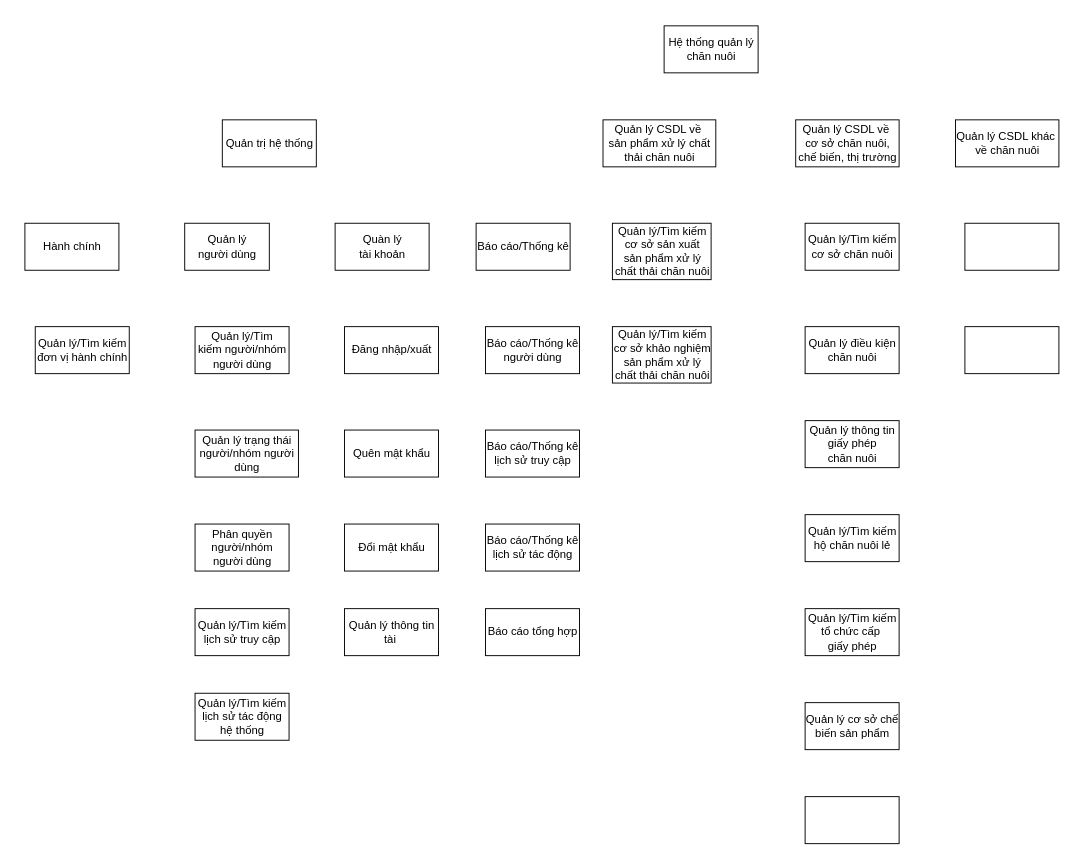
Earlier version of the draw.io diagram Function Hierarchy Diagram.drawio (ngkhnghia/ktpmud). Source tidied: cells renumbered, new cells numbered last; positions are measured from the earlier drawing's top-left corner, leaving out a move shared by most shapes. Both pictures are drawn from the tidied source at 94%, with x=0, y=0 at pixel (24, 25).
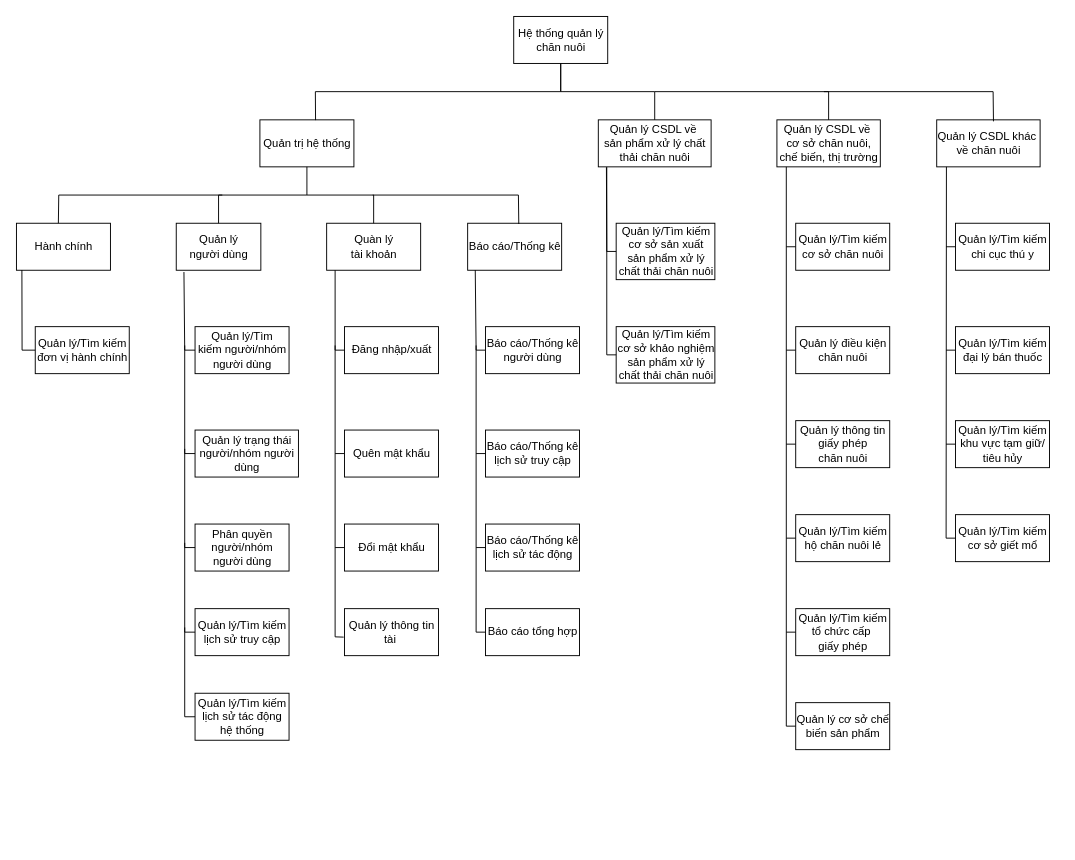
Above is the later version.

The change refers to these unchanged cells:
```xml
<mxCell id="14" value="Quản lý/Tìm kiếm&lt;br&gt;lịch sử truy cập" style="html=1;dashed=0;whitespace=wrap;" parent="1" vertex="1">
  <mxGeometry x="181" y="620" width="100" height="50" as="geometry" />
</mxCell>
<mxCell id="15" value="Phân quyền &lt;br&gt;người/nhóm &lt;br&gt;người dùng" style="html=1;dashed=0;whitespace=wrap;" parent="1" vertex="1">
  <mxGeometry x="181" y="530" width="100" height="50" as="geometry" />
</mxCell>
<mxCell id="20" value="Quản lý/Tìm kiếm&lt;br&gt;đơn vị hành chính" style="html=1;dashed=0;whitespace=wrap;" parent="1" vertex="1">
  <mxGeometry x="11" y="320" width="100" height="50" as="geometry" />
</mxCell>
<mxCell id="21" value="Quản lý/Tìm&lt;br&gt;kiếm người/nhóm &lt;br&gt;người dùng" style="html=1;dashed=0;whitespace=wrap;" parent="1" vertex="1">
  <mxGeometry x="181" y="320" width="100" height="50" as="geometry" />
</mxCell>
<mxCell id="22" value="Quản lý trạng thái&lt;br&gt;người/nhóm người&lt;br&gt;dùng" style="html=1;dashed=0;whitespace=wrap;" parent="1" vertex="1">
  <mxGeometry x="181" y="430" width="110" height="50" as="geometry" />
</mxCell>
<mxCell id="23" value="Quản lý/Tìm kiếm&lt;br&gt;lịch sử tác động&lt;br&gt;hệ thống" style="html=1;dashed=0;whitespace=wrap;" parent="1" vertex="1">
  <mxGeometry x="181" y="710" width="100" height="50" as="geometry" />
</mxCell>
<mxCell id="24" value="Đăng nhập/xuất" style="html=1;dashed=0;whitespace=wrap;" parent="1" vertex="1">
  <mxGeometry x="340" y="320" width="100" height="50" as="geometry" />
</mxCell>
<mxCell id="25" value="Quên mật khẩu" style="html=1;dashed=0;whitespace=wrap;" parent="1" vertex="1">
  <mxGeometry x="340" y="430" width="100" height="50" as="geometry" />
</mxCell>
<mxCell id="26" value="Đổi mật khẩu" style="html=1;dashed=0;whitespace=wrap;" parent="1" vertex="1">
  <mxGeometry x="340" y="530" width="100" height="50" as="geometry" />
</mxCell>
<mxCell id="27" value="Quản lý thông tin&lt;br&gt;tài&amp;nbsp;" style="html=1;dashed=0;whitespace=wrap;" parent="1" vertex="1">
  <mxGeometry x="340" y="620" width="100" height="50" as="geometry" />
</mxCell>
<mxCell id="28" value="Báo cáo/Thống kê&lt;br&gt;người dùng" style="html=1;dashed=0;whitespace=wrap;" parent="1" vertex="1">
  <mxGeometry x="490" y="320" width="100" height="50" as="geometry" />
</mxCell>
<mxCell id="29" value="Báo cáo/Thống kê&lt;br&gt;lịch sử truy cập" style="html=1;dashed=0;whitespace=wrap;" parent="1" vertex="1">
  <mxGeometry x="490" y="430" width="100" height="50" as="geometry" />
</mxCell>
<mxCell id="30" value="Báo cáo/Thống kê&lt;br&gt;lịch sử tác động" style="html=1;dashed=0;whitespace=wrap;" parent="1" vertex="1">
  <mxGeometry x="490" y="530" width="100" height="50" as="geometry" />
</mxCell>
<mxCell id="31" value="Báo cáo tổng hợp" style="html=1;dashed=0;whitespace=wrap;" parent="1" vertex="1">
  <mxGeometry x="490" y="620" width="100" height="50" as="geometry" />
</mxCell>
```

Change to the diagram source:
```diff
@@
     <mxCell id="2" value="Hệ thống quản lý &lt;br&gt;chăn nuôi" style="html=1;dashed=0;whitespace=wrap;" parent="1" vertex="1">
-      <mxGeometry x="680" width="100" height="50" as="geometry" />
+      <mxGeometry x="520" y="-10" width="100" height="50" as="geometry" />
     </mxCell>
     <mxCell id="3" value="Quản lý CSDL khác&amp;nbsp;&lt;br&gt;về chăn nuôi" style="html=1;dashed=0;whitespace=wrap;" parent="1" vertex="1">
-      <mxGeometry x="990" y="100" width="110" height="50" as="geometry" />
+      <mxGeometry x="970" y="100" width="110" height="50" as="geometry" />
     </mxCell>
     <mxCell id="4" value="Quản lý CSDL về&amp;nbsp;&lt;br&gt;cơ sở chăn nuôi,&lt;br&gt;chế biến, thị trường" style="html=1;dashed=0;whitespace=wrap;" parent="1" vertex="1">
-      <mxGeometry x="820" y="100" width="110" height="50" as="geometry" />
+      <mxGeometry x="800" y="100" width="110" height="50" as="geometry" />
     </mxCell>
     <mxCell id="5" value="Quản lý CSDL về&amp;nbsp;&lt;br&gt;sản phẩm xử lý chất&lt;br&gt;thải chăn nuôi" style="html=1;dashed=0;whitespace=wrap;" parent="1" vertex="1">
-      <mxGeometry x="615" y="100" width="120" height="50" as="geometry" />
+      <mxGeometry x="610" y="100" width="120" height="50" as="geometry" />
     </mxCell>
     <mxCell id="6" value="Quản trị hệ thống" style="html=1;dashed=0;whitespace=wrap;" parent="1" vertex="1">
-      <mxGeometry x="210" y="100" width="100" height="50" as="geometry" />
+      <mxGeometry x="250" y="100" width="100" height="50" as="geometry" />
     </mxCell>
     <mxCell id="7" value="Quản lý thông tin&lt;br&gt;giấy phép &lt;br&gt;chăn nuôi" style="html=1;dashed=0;whitespace=wrap;" parent="1" vertex="1">
-      <mxGeometry x="830" y="420" width="100" height="50" as="geometry" />
+      <mxGeometry x="820" y="420" width="100" height="50" as="geometry" />
     </mxCell>
-    <mxCell id="8" style="html=1;dashed=0;whitespace=wrap;" parent="1" vertex="1">
-      <mxGeometry x="1000" y="320" width="100" height="50" as="geometry" />
+    <mxCell id="8" value="Quản lý/Tìm kiếm&lt;br&gt;đại lý bán thuốc" style="html=1;dashed=0;whitespace=wrap;" parent="1" vertex="1">
+      <mxGeometry x="990" y="320" width="100" height="50" as="geometry" />
     </mxCell>
     <mxCell id="9" value="Quản lý điều kiện&lt;br&gt;chăn nuôi" style="html=1;dashed=0;whitespace=wrap;" parent="1" vertex="1">
-      <mxGeometry x="830" y="320" width="100" height="50" as="geometry" />
+      <mxGeometry x="820" y="320" width="100" height="50" as="geometry" />
     </mxCell>
-    <mxCell id="10" style="html=1;dashed=0;whitespace=wrap;" parent="1" vertex="1">
-      <mxGeometry x="1000" y="210" width="100" height="50" as="geometry" />
+    <mxCell id="10" value="Quản lý/Tìm kiếm&lt;br&gt;chi cục thú y" style="html=1;dashed=0;whitespace=wrap;" parent="1" vertex="1">
+      <mxGeometry x="990" y="210" width="100" height="50" as="geometry" />
     </mxCell>
     <mxCell id="11" value="Quản lý/Tìm kiếm&lt;br&gt;cơ sở chăn nuôi" style="html=1;dashed=0;whitespace=wrap;" parent="1" vertex="1">
-      <mxGeometry x="830" y="210" width="100" height="50" as="geometry" />
+      <mxGeometry x="820" y="210" width="100" height="50" as="geometry" />
     </mxCell>
     <mxCell id="12" value="Quản lý/Tìm kiếm&lt;br&gt;cơ sở khảo nghiệm&lt;br&gt;sản phẩm xử lý&lt;br&gt;chất thải chăn nuôi" style="html=1;dashed=0;whitespace=wrap;" parent="1" vertex="1">
-      <mxGeometry x="625" y="320" width="105" height="60" as="geometry" />
+      <mxGeometry x="629" y="320" width="105" height="60" as="geometry" />
     </mxCell>
     <mxCell id="13" value="Quản lý/Tìm kiếm&lt;br&gt;cơ sở sản xuất&lt;br&gt;sản phẩm xử lý&lt;br&gt;chất thải chăn nuôi" style="html=1;dashed=0;whitespace=wrap;" parent="1" vertex="1">
-      <mxGeometry x="625" y="210" width="105" height="60" as="geometry" />
+      <mxGeometry x="629" y="210" width="105" height="60" as="geometry" />
     </mxCell>
@@
     <mxCell id="16" value="Báo cáo/Thống kê" style="html=1;dashed=0;whitespace=wrap;" parent="1" vertex="1">
-      <mxGeometry x="480" y="210" width="100" height="50" as="geometry" />
+      <mxGeometry x="471" y="210" width="100" height="50" as="geometry" />
     </mxCell>
     <mxCell id="17" value="Quàn lý &lt;br&gt;tài khoản" style="html=1;dashed=0;whitespace=wrap;" parent="1" vertex="1">
-      <mxGeometry x="330" y="210" width="100" height="50" as="geometry" />
+      <mxGeometry x="321" y="210" width="100" height="50" as="geometry" />
     </mxCell>
     <mxCell id="18" value="Quản lý &lt;br&gt;người dùng" style="html=1;dashed=0;whitespace=wrap;" parent="1" vertex="1">
-      <mxGeometry x="170" y="210" width="90" height="50" as="geometry" />
+      <mxGeometry x="161" y="210" width="90" height="50" as="geometry" />
     </mxCell>
     <mxCell id="19" value="Hành chính" style="html=1;dashed=0;whitespace=wrap;" parent="1" vertex="1">
-      <mxGeometry y="210" width="100" height="50" as="geometry" />
+      <mxGeometry x="-9" y="210" width="100" height="50" as="geometry" />
     </mxCell>
@@
     <mxCell id="32" value="Quản lý/Tìm kiếm&lt;br&gt;hộ chăn nuôi lẻ" style="html=1;dashed=0;whitespace=wrap;" parent="1" vertex="1">
-      <mxGeometry x="830" y="520" width="100" height="50" as="geometry" />
+      <mxGeometry x="820" y="520" width="100" height="50" as="geometry" />
     </mxCell>
     <mxCell id="33" value="Quản lý/Tìm kiếm&lt;br&gt;tổ chức cấp&amp;nbsp;&lt;br&gt;giấy phép" style="html=1;dashed=0;whitespace=wrap;" parent="1" vertex="1">
-      <mxGeometry x="830" y="620" width="100" height="50" as="geometry" />
+      <mxGeometry x="820" y="620" width="100" height="50" as="geometry" />
     </mxCell>
     <mxCell id="34" value="Quản lý cơ sở chế&lt;br&gt;biến sản phẩm" style="html=1;dashed=0;whitespace=wrap;" parent="1" vertex="1">
-      <mxGeometry x="830" y="720" width="100" height="50" as="geometry" />
+      <mxGeometry x="820" y="720" width="100" height="50" as="geometry" />
     </mxCell>
-    <mxCell id="35" style="html=1;dashed=0;whitespace=wrap;" parent="1" vertex="1">
-      <mxGeometry x="830" y="820" width="100" height="50" as="geometry" />
-    </mxCell>
+    <mxCell id="36" value="Quản lý/Tìm kiếm&lt;br&gt;khu vực tạm giữ/&lt;br&gt;tiêu hủy" style="html=1;dashed=0;whitespace=wrap;" parent="1" vertex="1">
+      <mxGeometry x="990" y="420" width="100" height="50" as="geometry" />
+    </mxCell>
+    <mxCell id="37" value="Quản lý/Tìm kiếm&lt;br&gt;cơ sở giết mổ" style="html=1;dashed=0;whitespace=wrap;" parent="1" vertex="1">
+      <mxGeometry x="990" y="520" width="100" height="50" as="geometry" />
+    </mxCell>
+    <mxCell id="38" style="endArrow=none;html=1;rounded=0;entryX=0.5;entryY=1;entryDx=0;entryDy=0;exitX=0.592;exitY=0.006;exitDx=0;exitDy=0;exitPerimeter=0;" parent="1" edge="1" source="6" target="2">
+      <mxGeometry relative="1" as="geometry">
+        <Array as="points">
+          <mxPoint x="309" y="70" />
+          <mxPoint x="570" y="70" />
+        </Array>
+      </mxGeometry>
+    </mxCell>
+    <mxCell id="39" style="endArrow=none;html=1;rounded=0;entryX=0.5;entryY=1;entryDx=0;entryDy=0;exitX=0.5;exitY=0;exitDx=0;exitDy=0;" parent="1" edge="1" source="5" target="2">
+      <mxGeometry relative="1" as="geometry">
+        <Array as="points">
+          <mxPoint x="670" y="70" />
+          <mxPoint x="570" y="70" />
+        </Array>
+      </mxGeometry>
+    </mxCell>
+    <mxCell id="40" style="endArrow=none;html=1;rounded=0;entryX=0.5;entryY=0;entryDx=0;entryDy=0;" parent="1" edge="1" target="4">
+      <mxGeometry relative="1" as="geometry">
+        <mxPoint x="670" y="70" as="sourcePoint" />
+        <Array as="points">
+          <mxPoint x="855" y="70" />
+        </Array>
+      </mxGeometry>
+    </mxCell>
+    <mxCell id="41" style="endArrow=none;html=1;rounded=0;entryX=0.549;entryY=0.032;entryDx=0;entryDy=0;entryPerimeter=0;" parent="1" edge="1" target="3">
+      <mxGeometry relative="1" as="geometry">
+        <mxPoint x="850" y="70" as="sourcePoint" />
+        <Array as="points">
+          <mxPoint x="1030" y="70" />
+        </Array>
+      </mxGeometry>
+    </mxCell>
+    <mxCell id="42" style="endArrow=none;html=1;rounded=0;entryX=0.5;entryY=1;entryDx=0;entryDy=0;exitX=0.5;exitY=0;exitDx=0;exitDy=0;" parent="1" edge="1" source="18" target="6">
+      <mxGeometry relative="1" as="geometry">
+        <Array as="points">
+          <mxPoint x="206" y="180" />
+          <mxPoint x="300" y="180" />
+        </Array>
+      </mxGeometry>
+    </mxCell>
+    <mxCell id="43" style="endArrow=none;html=1;rounded=0;exitX=0.446;exitY=-0.001;exitDx=0;exitDy=0;exitPerimeter=0;" parent="1" edge="1" source="19">
+      <mxGeometry relative="1" as="geometry">
+        <mxPoint x="210" y="180" as="targetPoint" />
+        <Array as="points">
+          <mxPoint x="36" y="180" />
+        </Array>
+      </mxGeometry>
+    </mxCell>
+    <mxCell id="44" style="endArrow=none;html=1;rounded=0;entryX=0.5;entryY=0;entryDx=0;entryDy=0;" parent="1" edge="1" target="17">
+      <mxGeometry relative="1" as="geometry">
+        <mxPoint x="300" y="180" as="sourcePoint" />
+        <Array as="points">
+          <mxPoint x="371" y="180" />
+        </Array>
+      </mxGeometry>
+    </mxCell>
+    <mxCell id="45" style="endArrow=none;html=1;rounded=0;entryX=0.544;entryY=0.016;entryDx=0;entryDy=0;entryPerimeter=0;" parent="1" edge="1" target="16">
+      <mxGeometry relative="1" as="geometry">
+        <mxPoint x="370" y="180" as="sourcePoint" />
+        <Array as="points">
+          <mxPoint x="525" y="180" />
+        </Array>
+      </mxGeometry>
+    </mxCell>
+    <mxCell id="46" style="endArrow=none;html=1;rounded=0;entryX=0.058;entryY=0.996;entryDx=0;entryDy=0;entryPerimeter=0;exitX=0;exitY=0.5;exitDx=0;exitDy=0;" parent="1" edge="1" source="20" target="19">
+      <mxGeometry relative="1" as="geometry">
+        <Array as="points">
+          <mxPoint x="-3" y="345" />
+        </Array>
+      </mxGeometry>
+    </mxCell>
+    <mxCell id="47" style="endArrow=none;html=1;rounded=0;exitX=0;exitY=0.5;exitDx=0;exitDy=0;entryX=0.091;entryY=1.038;entryDx=0;entryDy=0;entryPerimeter=0;" parent="1" edge="1" source="21" target="18">
+      <mxGeometry relative="1" as="geometry">
+        <Array as="points">
+          <mxPoint x="170" y="345" />
+        </Array>
+      </mxGeometry>
+    </mxCell>
+    <mxCell id="48" style="endArrow=none;html=1;rounded=0;entryX=0.09;entryY=1;entryDx=0;entryDy=0;entryPerimeter=0;exitX=0;exitY=0.5;exitDx=0;exitDy=0;" parent="1" edge="1" source="24" target="17">
+      <mxGeometry relative="1" as="geometry">
+        <Array as="points">
+          <mxPoint x="330" y="345" />
+        </Array>
+      </mxGeometry>
+    </mxCell>
+    <mxCell id="49" style="endArrow=none;html=1;rounded=0;exitX=0;exitY=0.5;exitDx=0;exitDy=0;entryX=0.081;entryY=0.997;entryDx=0;entryDy=0;entryPerimeter=0;" parent="1" edge="1" source="28" target="16">
+      <mxGeometry relative="1" as="geometry">
+        <Array as="points">
+          <mxPoint x="480" y="345" />
+        </Array>
+      </mxGeometry>
+    </mxCell>
+    <mxCell id="50" style="endArrow=none;html=1;rounded=0;exitX=0;exitY=0.5;exitDx=0;exitDy=0;" parent="1" edge="1" source="22">
+      <mxGeometry relative="1" as="geometry">
+        <mxPoint x="170" y="340" as="targetPoint" />
+        <Array as="points">
+          <mxPoint x="170" y="455" />
+        </Array>
+      </mxGeometry>
+    </mxCell>
+    <mxCell id="51" style="endArrow=none;html=1;rounded=0;exitX=0;exitY=0.5;exitDx=0;exitDy=0;" parent="1" edge="1" source="15">
+      <mxGeometry relative="1" as="geometry">
+        <mxPoint x="170" y="450" as="targetPoint" />
+        <Array as="points">
+          <mxPoint x="170" y="555" />
+        </Array>
+      </mxGeometry>
+    </mxCell>
+    <mxCell id="52" style="endArrow=none;html=1;rounded=0;exitX=0;exitY=0.5;exitDx=0;exitDy=0;" parent="1" edge="1" source="23">
+      <mxGeometry relative="1" as="geometry">
+        <mxPoint x="170" y="640" as="targetPoint" />
+        <Array as="points">
+          <mxPoint x="170" y="735" />
+        </Array>
+      </mxGeometry>
+    </mxCell>
+    <mxCell id="53" style="endArrow=none;html=1;rounded=0;exitX=0;exitY=0.5;exitDx=0;exitDy=0;" parent="1" edge="1" source="14">
+      <mxGeometry relative="1" as="geometry">
+        <mxPoint x="170" y="550" as="targetPoint" />
+        <Array as="points">
+          <mxPoint x="170" y="645" />
+        </Array>
+      </mxGeometry>
+    </mxCell>
+    <mxCell id="54" style="endArrow=none;html=1;rounded=0;exitX=-0.009;exitY=0.606;exitDx=0;exitDy=0;exitPerimeter=0;" parent="1" edge="1" source="27">
+      <mxGeometry relative="1" as="geometry">
+        <mxPoint x="330" y="340" as="targetPoint" />
+        <Array as="points">
+          <mxPoint x="330" y="650" />
+        </Array>
+      </mxGeometry>
+    </mxCell>
+    <mxCell id="55" style="endArrow=none;html=1;rounded=0;exitX=0;exitY=0.5;exitDx=0;exitDy=0;" parent="1" edge="1" source="26">
+      <mxGeometry relative="1" as="geometry">
+        <mxPoint x="330" y="555" as="targetPoint" />
+      </mxGeometry>
+    </mxCell>
+    <mxCell id="56" style="endArrow=none;html=1;rounded=0;exitX=0;exitY=0.5;exitDx=0;exitDy=0;" parent="1" edge="1" source="25">
+      <mxGeometry relative="1" as="geometry">
+        <mxPoint x="330" y="455" as="targetPoint" />
+      </mxGeometry>
+    </mxCell>
+    <mxCell id="57" style="endArrow=none;html=1;rounded=0;exitX=0;exitY=0.5;exitDx=0;exitDy=0;" parent="1" edge="1" source="31">
+      <mxGeometry relative="1" as="geometry">
+        <mxPoint x="480" y="340" as="targetPoint" />
+        <Array as="points">
+          <mxPoint x="480" y="645" />
+        </Array>
+      </mxGeometry>
+    </mxCell>
+    <mxCell id="58" style="endArrow=none;html=1;rounded=0;exitX=0;exitY=0.5;exitDx=0;exitDy=0;" parent="1" edge="1" source="29">
+      <mxGeometry relative="1" as="geometry">
+        <mxPoint x="480" y="455" as="targetPoint" />
+      </mxGeometry>
+    </mxCell>
+    <mxCell id="59" style="endArrow=none;html=1;rounded=0;exitX=0;exitY=0.5;exitDx=0;exitDy=0;" parent="1" edge="1" source="30">
+      <mxGeometry relative="1" as="geometry">
+        <mxPoint x="480" y="555" as="targetPoint" />
+      </mxGeometry>
+    </mxCell>
+    <mxCell id="60" style="endArrow=none;html=1;rounded=0;entryX=0.075;entryY=1.005;entryDx=0;entryDy=0;entryPerimeter=0;exitX=0;exitY=0.5;exitDx=0;exitDy=0;" parent="1" edge="1" source="12" target="5">
+      <mxGeometry relative="1" as="geometry">
+        <Array as="points">
+          <mxPoint x="619" y="350" />
+        </Array>
+      </mxGeometry>
+    </mxCell>
+    <mxCell id="61" style="endArrow=none;html=1;rounded=0;entryX=0;entryY=0.5;entryDx=0;entryDy=0;exitX=0.072;exitY=1.01;exitDx=0;exitDy=0;exitPerimeter=0;" parent="1" edge="1" source="5" target="13">
+      <mxGeometry relative="1" as="geometry">
+        <Array as="points">
+          <mxPoint x="619" y="240" />
+        </Array>
+      </mxGeometry>
+    </mxCell>
+    <mxCell id="62" style="endArrow=none;html=1;rounded=0;exitX=0;exitY=0.5;exitDx=0;exitDy=0;" parent="1" edge="1" source="34">
+      <mxGeometry relative="1" as="geometry">
+        <mxPoint x="810" y="150" as="targetPoint" />
+        <Array as="points">
+          <mxPoint x="810" y="745" />
+        </Array>
+      </mxGeometry>
+    </mxCell>
+    <mxCell id="63" style="endArrow=none;html=1;rounded=0;exitX=0;exitY=0.5;exitDx=0;exitDy=0;" parent="1" edge="1" source="11">
+      <mxGeometry relative="1" as="geometry">
+        <mxPoint x="810" y="235" as="targetPoint" />
+      </mxGeometry>
+    </mxCell>
+    <mxCell id="64" style="endArrow=none;html=1;rounded=0;exitX=0;exitY=0.5;exitDx=0;exitDy=0;" parent="1" edge="1" source="9">
+      <mxGeometry relative="1" as="geometry">
+        <mxPoint x="810" y="345" as="targetPoint" />
+      </mxGeometry>
+    </mxCell>
+    <mxCell id="65" style="endArrow=none;html=1;rounded=0;entryX=0;entryY=0.5;entryDx=0;entryDy=0;" parent="1" edge="1" target="7">
+      <mxGeometry relative="1" as="geometry">
+        <mxPoint x="810" y="445" as="sourcePoint" />
+      </mxGeometry>
+    </mxCell>
+    <mxCell id="66" style="endArrow=none;html=1;rounded=0;exitX=0;exitY=0.5;exitDx=0;exitDy=0;" parent="1" edge="1" source="32">
+      <mxGeometry relative="1" as="geometry">
+        <mxPoint x="810" y="545" as="targetPoint" />
+      </mxGeometry>
+    </mxCell>
+    <mxCell id="67" style="endArrow=none;html=1;rounded=0;exitX=0;exitY=0.5;exitDx=0;exitDy=0;" parent="1" edge="1" source="33">
+      <mxGeometry relative="1" as="geometry">
+        <mxPoint x="810" y="645" as="targetPoint" />
+      </mxGeometry>
+    </mxCell>
+    <mxCell id="68" style="endArrow=none;html=1;rounded=0;entryX=0.094;entryY=1;entryDx=0;entryDy=0;entryPerimeter=0;exitX=0;exitY=0.5;exitDx=0;exitDy=0;" parent="1" edge="1" source="37" target="3">
+      <mxGeometry relative="1" as="geometry">
+        <Array as="points">
+          <mxPoint x="980" y="545" />
+        </Array>
+      </mxGeometry>
+    </mxCell>
+    <mxCell id="69" style="endArrow=none;html=1;rounded=0;exitX=0;exitY=0.5;exitDx=0;exitDy=0;" parent="1" edge="1" source="10">
+      <mxGeometry relative="1" as="geometry">
+        <mxPoint x="980" y="235" as="targetPoint" />
+      </mxGeometry>
+    </mxCell>
+    <mxCell id="70" style="endArrow=none;html=1;rounded=0;exitX=0;exitY=0.5;exitDx=0;exitDy=0;" parent="1" edge="1" source="8">
+      <mxGeometry relative="1" as="geometry">
+        <mxPoint x="980" y="345" as="targetPoint" />
+      </mxGeometry>
+    </mxCell>
+    <mxCell id="71" style="endArrow=none;html=1;rounded=0;entryX=0;entryY=0.5;entryDx=0;entryDy=0;" parent="1" edge="1" target="36">
+      <mxGeometry relative="1" as="geometry">
+        <mxPoint x="980" y="445" as="sourcePoint" />
+      </mxGeometry>
+    </mxCell>
```
